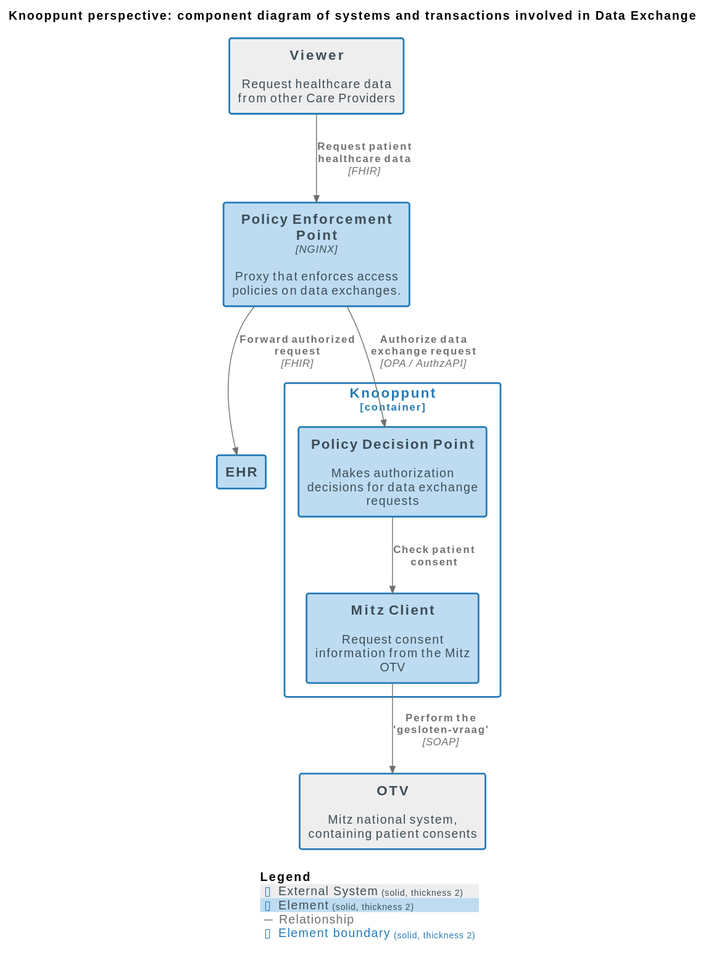
This is docs/images/structurizr-DataExchange_ComponentDiagram.svg from nuts-foundation/nuts-knooppunt, a PlantUML export, as it was before one commit.
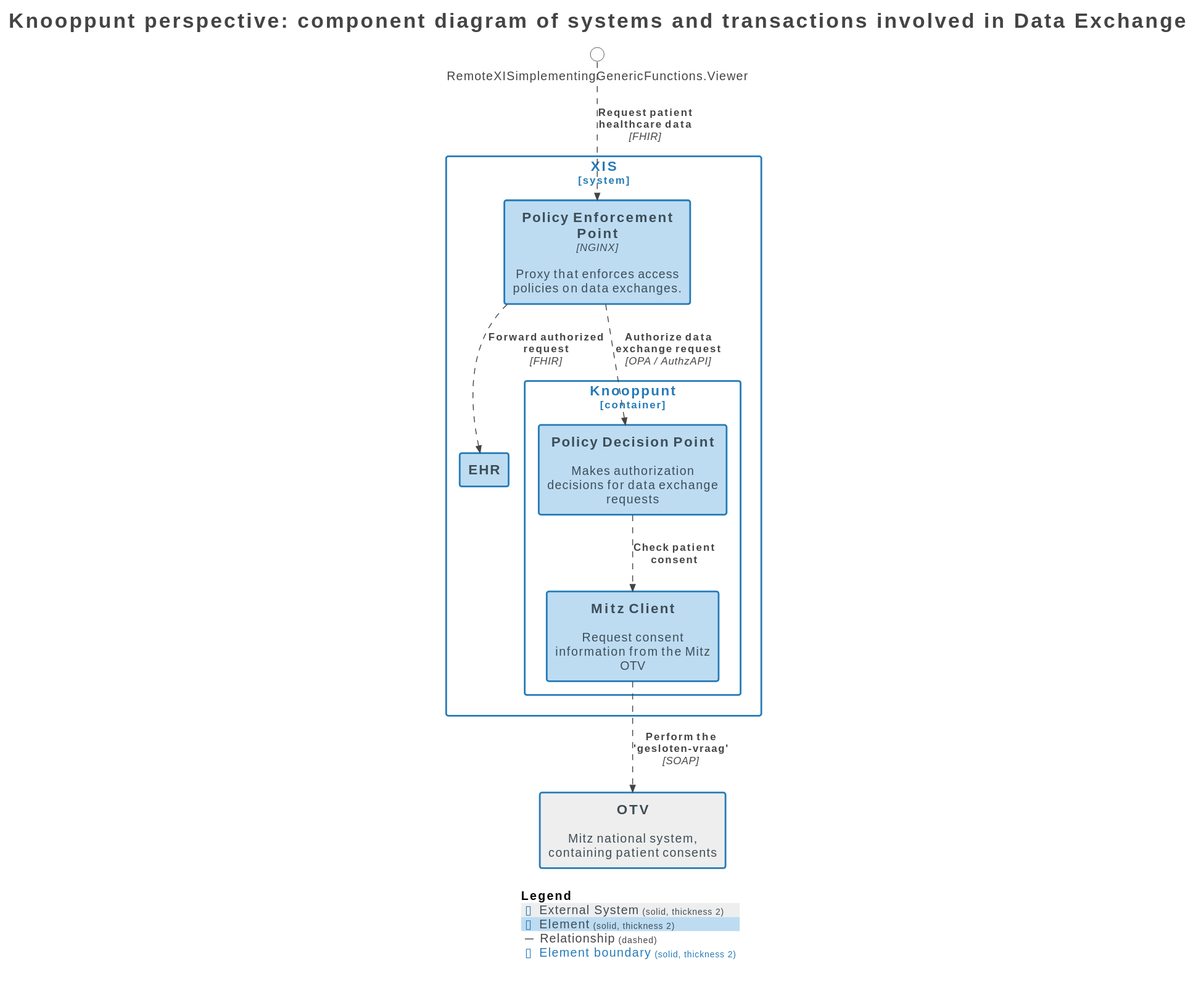
Above is the later version.

Commit message:
Proposal: PEP/PDP authorization flow

What changed in the source:
```diff
@@ -1,8 +1,15 @@
 @startuml
+title <size:24>Knooppunt perspective: component diagram of systems and transactions involved in Data Exchange</size>
+
 set separator none
-title Knooppunt perspective: component diagram of systems and transactions involved in Data Exchange
+top to bottom direction
 
-top to bottom direction
+<style>
+  root {
+    BackgroundColor: #ffffff
+    FontColor: #444444
+  }
+</style>
 
 !include <C4/C4>
 !include <C4/C4_Context>
@@ -12,18 +19,20 @@
 AddElementTag("External System", $bgColor="#eeeeee", $borderColor="#257bb8", $fontColor="#3e4d57", $sprite="", $shadowing="", $borderStyle="solid", $borderThickness="2")
 AddElementTag("Element", $bgColor="#bddcf2", $borderColor="#257bb8", $fontColor="#3e4d57", $sprite="", $shadowing="", $borderStyle="solid", $borderThickness="2")
 
-AddRelTag("Relationship", $textColor="#707070", $lineColor="#707070", $lineStyle = "")
+AddRelTag("Relationship", $textColor="#444444", $lineColor="#444444", $lineStyle = DashedLine())
 
 AddBoundaryTag("Element", $bgColor="#ffffff", $borderColor="#257bb8", $fontColor="#257bb8", $shadowing="", $borderStyle="solid", $borderThickness="2")
 
 System(OTV, "OTV", $descr="Mitz national system, containing patient consents", $tags="External System", $link="")
-Container(RemoteXISimplementingGenericFunctions.Viewer, "Viewer", $techn="", $descr="Request healthcare data from other Care Providers", $tags="External System", $link="")
-Container(XIS.EHR, "EHR", $techn="", $descr="", $tags="Element", $link="")
-Container(XIS.PolicyEnforcementPoint, "Policy Enforcement Point", $techn="NGINX", $descr="Proxy that enforces access policies on data exchanges.", $tags="Element", $link="")
 
-Container_Boundary("XIS.Knooppunt_boundary", "Knooppunt", $tags="Element") {
-  Component(XIS.Knooppunt.MitzClient, "Mitz Client", $techn="", $descr="Request consent information from the Mitz OTV", $tags="Element", $link="")
-  Component(XIS.Knooppunt.PolicyDecisionPoint, "Policy Decision Point", $techn="", $descr="Makes authorization decisions for data exchange requests", $tags="Element", $link="")
+System_Boundary("XIS_boundary", "XIS", $tags="Element") {
+  Container_Boundary("XIS.Knooppunt_boundary", "Knooppunt", $tags="Element") {
+    Component(XIS.Knooppunt.MitzClient, "Mitz Client", $techn="", $descr="Request consent information from the Mitz OTV", $tags="Element", $link="")
+    Component(XIS.Knooppunt.PolicyDecisionPoint, "Policy Decision Point", $techn="", $descr="Makes authorization decisions for data exchange requests", $tags="Element", $link="")
+  }
+
+  Container(XIS.PolicyEnforcementPoint, "Policy Enforcement Point", $techn="NGINX", $descr="Proxy that enforces access policies on data exchanges.", $tags="Element", $link="")
+  Container(XIS.EHR, "EHR", $techn="", $descr="", $tags="Element", $link="")
 }
 
 Rel(XIS.Knooppunt.MitzClient, OTV, "Perform the 'gesloten-vraag'", $techn="SOAP", $tags="Relationship", $link="")
@@ -33,4 +42,5 @@
 Rel(XIS.PolicyEnforcementPoint, XIS.EHR, "Forward authorized request", $techn="FHIR", $tags="Relationship", $link="")
 
 SHOW_LEGEND(true)
+hide stereotypes
 @enduml
```
